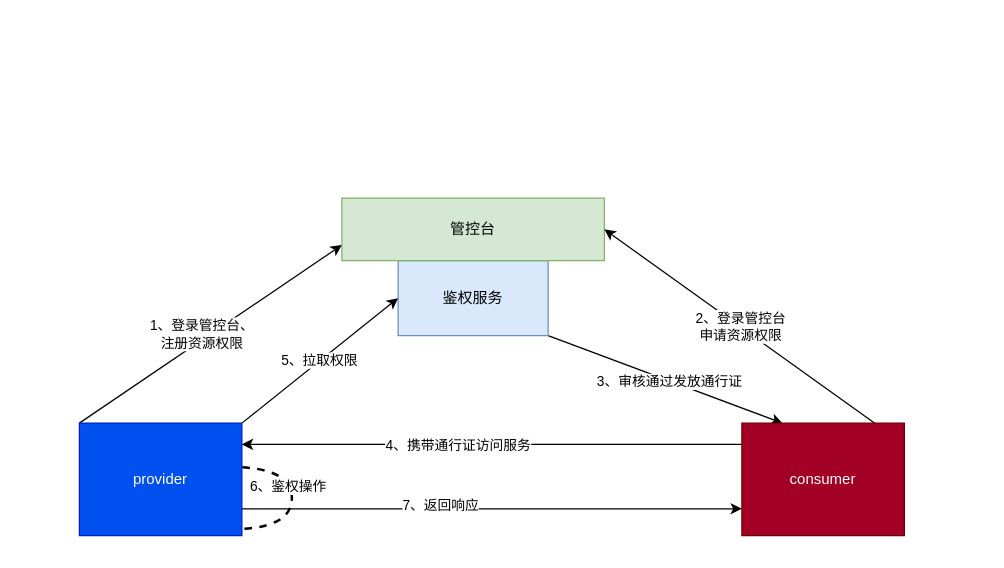
This is 鉴权中心一期.drawio from gitcodeporter/draw-uml, a draw.io file, before an edit. Source tidied: cells renumbered, new cells numbered last; positions are measured from the earlier drawing's top-left corner, leaving out a move shared by most shapes. Both pictures are drawn from the tidied source at 125%, with x=0, y=0 at pixel (79, 198).
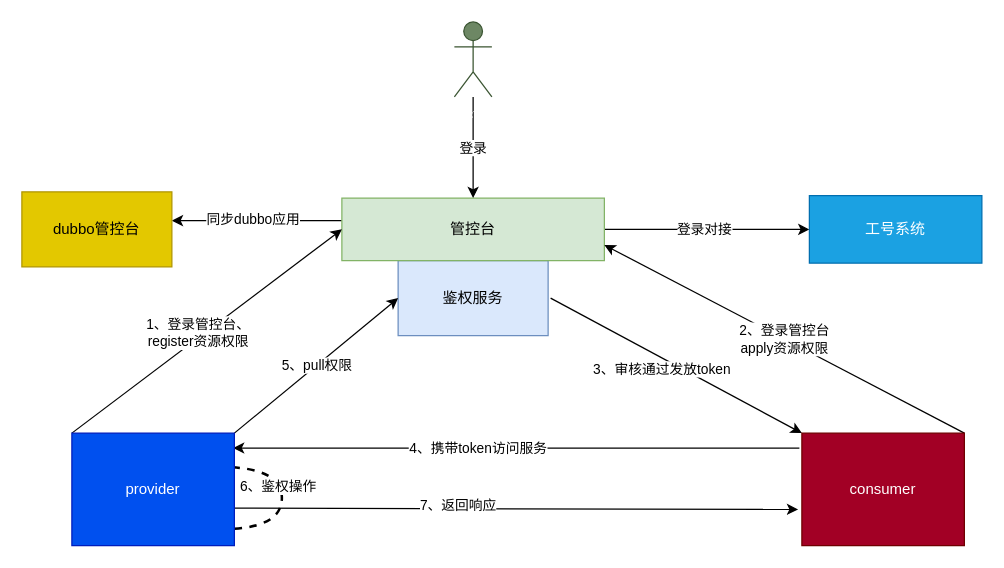
The same diagram, later.

Commit message:
更新鉴权中心一期.drawio

The change refers to these unchanged cells:
```xml
<mxCell id="4" value="鉴权服务" style="rounded=0;whiteSpace=wrap;html=1;fillColor=#dae8fc;strokeColor=#6c8ebf;" parent="1" vertex="1">
  <mxGeometry x="255" y="50" width="120" height="60" as="geometry" />
</mxCell>
<mxCell id="5" value="管控台" style="rounded=0;whiteSpace=wrap;html=1;fillColor=#d5e8d4;strokeColor=#82b366;" parent="1" vertex="1">
  <mxGeometry x="210" width="210" height="50" as="geometry" />
</mxCell>
```

What changed in the source:
```diff
@@
-    <mxCell id="2" style="edgeStyle=none;rounded=0;jettySize=auto;html=1;exitX=1;exitY=1;exitDx=0;exitDy=0;entryX=0.25;entryY=0;entryDx=0;entryDy=0;" parent="1" edge="1" source="4" target="9">
-      <mxGeometry relative="1" as="geometry" />
+    <mxCell id="2" style="edgeStyle=none;rounded=0;jettySize=auto;html=1;entryX=0;entryY=0;entryDx=0;entryDy=0;" parent="1" edge="1" target="9">
+      <mxGeometry relative="1" as="geometry">
+        <mxPoint x="377" y="80" as="sourcePoint" />
+      </mxGeometry>
     </mxCell>
-    <mxCell id="3" value="3、审核通过发放通行证" style="edgeLabel;html=1;align=center;verticalAlign=middle;" parent="2" vertex="1">
-      <mxGeometry x="0.03" relative="1" as="geometry" />
+    <mxCell id="3" value="3、审核通过发放token" style="edgeLabel;html=1;align=center;verticalAlign=middle;" parent="2" vertex="1">
+      <mxGeometry x="0.03" relative="1" as="geometry">
+        <mxPoint x="-15" y="1" as="offset" />
+      </mxGeometry>
     </mxCell>
@@
+    <mxCell id="18" style="edgeStyle=orthogonalEdgeStyle;curved=1;rounded=0;jettySize=auto;html=1;exitX=1;exitY=0.5;exitDx=0;exitDy=0;entryX=0;entryY=0.5;entryDx=0;entryDy=0;startArrow=none;startFill=0;" parent="1" edge="1" source="5" target="22">
+      <mxGeometry relative="1" as="geometry" />
+    </mxCell>
+    <mxCell id="19" value="登录对接" style="edgeLabel;html=1;align=center;verticalAlign=middle;" parent="18" vertex="1">
+      <mxGeometry x="-0.04" y="1" relative="1" as="geometry" />
+    </mxCell>
+    <mxCell id="20" style="edgeStyle=orthogonalEdgeStyle;curved=1;rounded=0;orthogonalLoop=1;jettySize=auto;html=1;entryX=1;entryY=0.5;entryDx=0;entryDy=0;startArrow=none;startFill=0;" parent="1" edge="1">
+      <mxGeometry relative="1" as="geometry">
+        <mxPoint x="210" y="18" as="sourcePoint" />
+        <mxPoint x="74" y="18" as="targetPoint" />
+      </mxGeometry>
+    </mxCell>
+    <mxCell id="21" value="同步dubbo应用" style="edgeLabel;html=1;align=center;verticalAlign=middle;" parent="20" vertex="1">
+      <mxGeometry x="0.06" y="-2" relative="1" as="geometry" />
+    </mxCell>
@@
-    <mxCell id="6" value="2、登录管控台&lt;br&gt;申请资源权限" style="edgeStyle=none;rounded=0;jettySize=auto;html=1;entryX=1;entryY=0.5;entryDx=0;entryDy=0;exitX=0.833;exitY=0.017;exitDx=0;exitDy=0;exitPerimeter=0;" parent="1" edge="1" source="9" target="5">
+    <mxCell id="6" value="2、登录管控台&lt;br&gt;apply资源权限" style="edgeStyle=none;rounded=0;jettySize=auto;html=1;entryX=1;entryY=0.75;entryDx=0;entryDy=0;exitX=1;exitY=0;exitDx=0;exitDy=0;" parent="1" edge="1" source="9" target="5">
       <mxGeometry relative="1" as="geometry" />
     </mxCell>
-    <mxCell id="7" style="edgeStyle=none;rounded=0;orthogonalLoop=1;jettySize=auto;html=1;entryX=1;entryY=0.5;entryDx=0;entryDy=0;" parent="1" edge="1">
+    <mxCell id="7" style="edgeStyle=none;rounded=0;jettySize=auto;html=1;entryX=0.992;entryY=0.133;entryDx=0;entryDy=0;entryPerimeter=0;" parent="1" edge="1" target="17">
       <mxGeometry relative="1" as="geometry">
-        <mxPoint x="530" y="197" as="sourcePoint" />
-        <mxPoint x="130" y="197" as="targetPoint" />
+        <mxPoint x="576" y="200" as="sourcePoint" />
       </mxGeometry>
     </mxCell>
-    <mxCell id="8" value="4、携带通行证访问服务" style="edgeLabel;html=1;align=center;verticalAlign=middle;" parent="7" vertex="1">
+    <mxCell id="8" value="4、携带token访问服务" style="edgeLabel;html=1;align=center;verticalAlign=middle;" parent="7" vertex="1">
       <mxGeometry x="0.14" relative="1" as="geometry" />
     </mxCell>
     <mxCell id="9" value="consumer" style="rounded=0;whiteSpace=wrap;html=1;fillColor=#a20025;strokeColor=#6F0000;fontColor=#ffffff;" parent="1" vertex="1">
-      <mxGeometry x="530" y="180" width="130" height="90" as="geometry" />
+      <mxGeometry x="578" y="188" width="130" height="90" as="geometry" />
     </mxCell>
-    <mxCell id="10" style="edgeStyle=none;rounded=0;jettySize=auto;html=1;entryX=0;entryY=0.75;entryDx=0;entryDy=0;exitX=0;exitY=0;exitDx=0;exitDy=0;" parent="1" edge="1" source="17" target="5">
+    <mxCell id="10" style="edgeStyle=none;rounded=0;jettySize=auto;html=1;entryX=0;entryY=0.5;entryDx=0;entryDy=0;exitX=0;exitY=0;exitDx=0;exitDy=0;" parent="1" edge="1" source="17" target="5">
       <mxGeometry relative="1" as="geometry" />
     </mxCell>
-    <mxCell id="11" value="1、登录管控台、&lt;br&gt;注册资源权限" style="edgeLabel;html=1;align=center;verticalAlign=middle;" parent="10" vertex="1">
+    <mxCell id="11" value="1、登录管控台、&lt;br&gt;register资源权限" style="edgeLabel;html=1;align=center;verticalAlign=middle;" parent="10" vertex="1">
       <mxGeometry x="-0.05" y="4" relative="1" as="geometry" />
     </mxCell>
-    <mxCell id="12" value="5、拉取权限" style="edgeStyle=none;rounded=0;jettySize=auto;html=1;exitX=1;exitY=0;exitDx=0;exitDy=0;entryX=0;entryY=0.5;entryDx=0;entryDy=0;" parent="1" edge="1" source="17" target="4">
+    <mxCell id="12" value="5、pull权限" style="edgeStyle=none;rounded=0;jettySize=auto;html=1;exitX=1;exitY=0;exitDx=0;exitDy=0;entryX=0;entryY=0.5;entryDx=0;entryDy=0;" parent="1" edge="1" source="17" target="4">
       <mxGeometry relative="1" as="geometry" />
     </mxCell>
-    <mxCell id="13" style="edgeStyle=none;rounded=0;orthogonalLoop=1;jettySize=auto;html=1;exitX=1;exitY=0.75;exitDx=0;exitDy=0;entryX=0;entryY=0.75;entryDx=0;entryDy=0;" parent="1" edge="1">
+    <mxCell id="13" style="edgeStyle=none;rounded=0;jettySize=auto;html=1;exitX=1;exitY=0.667;exitDx=0;exitDy=0;exitPerimeter=0;" parent="1" edge="1" source="17">
       <mxGeometry relative="1" as="geometry">
-        <mxPoint x="130" y="248.5" as="sourcePoint" />
-        <mxPoint x="530" y="248.5" as="targetPoint" />
+        <mxPoint x="575" y="249" as="targetPoint" />
       </mxGeometry>
     </mxCell>
@@
     <mxCell id="15" style="endArrow=none;dashed=1;html=1;strokeWidth=2;edgeStyle=orthogonalEdgeStyle;curved=1;" parent="1" edge="1">
       <mxGeometry relative="1" as="geometry">
-        <mxPoint x="120" y="265" as="sourcePoint" />
-        <mxPoint x="120" y="215" as="targetPoint" />
+        <mxPoint x="112" y="265" as="sourcePoint" />
+        <mxPoint x="112" y="215" as="targetPoint" />
         <Array as="points">
-          <mxPoint x="170" y="265" />
-          <mxPoint x="170" y="215" />
+          <mxPoint x="162" y="265" />
+          <mxPoint x="162" y="215" />
         </Array>
       </mxGeometry>
     </mxCell>
@@
     <mxCell id="17" value="provider" style="rounded=0;whiteSpace=wrap;html=1;fillColor=#0050ef;strokeColor=#001DBC;fontColor=#ffffff;" parent="1" vertex="1">
-      <mxGeometry y="180" width="130" height="90" as="geometry" />
+      <mxGeometry x="-6" y="188" width="130" height="90" as="geometry" />
     </mxCell>
+    <mxCell id="22" value="工号系统" style="rounded=0;whiteSpace=wrap;html=1;fillColor=#1ba1e2;strokeColor=#006EAF;fontColor=#ffffff;" parent="1" vertex="1">
+      <mxGeometry x="584" y="-2" width="138" height="54" as="geometry" />
+    </mxCell>
+    <mxCell id="23" value="dubbo管控台" style="rounded=0;whiteSpace=wrap;html=1;fillColor=#e3c800;strokeColor=#B09500;fontColor=#000000;" parent="1" vertex="1">
+      <mxGeometry x="-46" y="-5" width="120" height="60" as="geometry" />
+    </mxCell>
+    <mxCell id="24" value="登录" style="edgeStyle=orthogonalEdgeStyle;curved=1;rounded=0;jettySize=auto;html=1;startArrow=none;startFill=0;" parent="1" edge="1" source="25" target="5">
+      <mxGeometry relative="1" as="geometry" />
+    </mxCell>
+    <mxCell id="25" value="Actor" style="shape=umlActor;verticalLabelPosition=bottom;verticalAlign=top;html=1;outlineConnect=0;fillColor=#6d8764;strokeColor=#3A5431;fontColor=#ffffff;" parent="1" vertex="1">
+      <mxGeometry x="300" y="-141" width="30" height="60" as="geometry" />
+    </mxCell>
```
